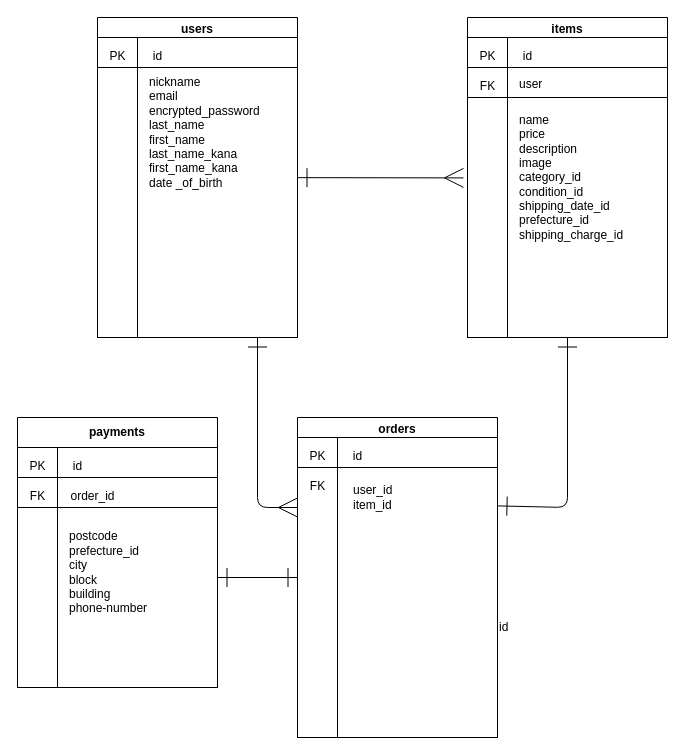
Earlier version of the draw.io diagram ER .dio (coffta/furima-39530). Source tidied: cells renumbered, new cells numbered last; positions are measured from the earlier drawing's top-left corner, leaving out a move shared by most shapes. Both pictures are drawn from the tidied source at 100%, with x=0, y=0 at pixel (17, 17).
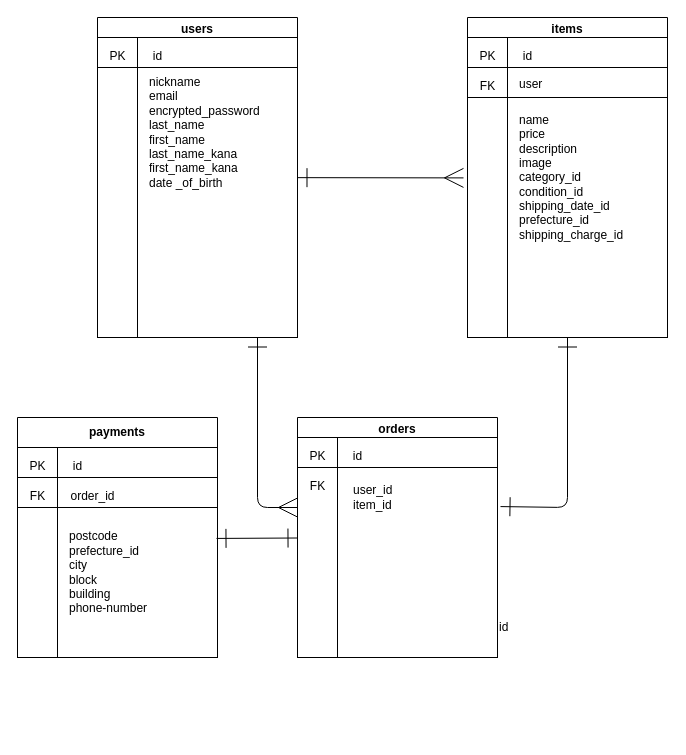
Above is the later version.

Commit message:
ER図形式調整

ER図の見た目を調整

The change refers to these unchanged cells:
```xml
<mxCell id="9" value="items" style="swimlane;whiteSpace=wrap;html=1;" parent="1" vertex="1">
  <mxGeometry x="450" width="200" height="320" as="geometry" />
</mxCell>
```

The edit, as a diff of the source:
```diff
@@
-    <mxCell id="8" style="edgeStyle=none;html=1;strokeWidth=1;fontSize=12;startArrow=ERone;startFill=0;endArrow=ERone;endFill=0;startSize=17;endSize=17;entryX=1;entryY=0.228;entryDx=0;entryDy=0;entryPerimeter=0;" parent="1" edge="1" source="9" target="28">
+    <mxCell id="8" style="edgeStyle=none;html=1;strokeWidth=1;fontSize=12;startArrow=ERone;startFill=0;endArrow=ERone;endFill=0;startSize=17;endSize=17;entryX=1.015;entryY=0.314;entryDx=0;entryDy=0;entryPerimeter=0;" parent="1" edge="1" source="9" target="28">
       <mxGeometry relative="1" as="geometry">
         <Array as="points">
           <mxPoint x="550" y="490" />
         </Array>
       </mxGeometry>
     </mxCell>
@@
     <mxCell id="17" value="payments" style="swimlane;whiteSpace=wrap;html=1;startSize=30;" parent="1" vertex="1">
-      <mxGeometry y="400" width="200" height="270" as="geometry" />
+      <mxGeometry y="400" width="200" height="240" as="geometry" />
     </mxCell>
     <mxCell id="18" style="shape=internalStorage;whiteSpace=wrap;html=1;backgroundOutline=1;dx=40;dy=30;" parent="17" vertex="1">
-      <mxGeometry y="30" width="200" height="240" as="geometry" />
+      <mxGeometry y="30" width="200" height="210" as="geometry" />
     </mxCell>
-    <mxCell id="19" style="endArrow=none;html=1;exitX=0;exitY=0.25;exitDx=0;exitDy=0;entryX=1;entryY=0.25;entryDx=0;entryDy=0;" parent="17" edge="1" source="18" target="18">
-      <mxGeometry relative="1" as="geometry" />
-    </mxCell>
@@
+    <mxCell id="34" style="endArrow=none;html=1;exitX=0;exitY=0.25;exitDx=0;exitDy=0;entryX=1;entryY=0.25;entryDx=0;entryDy=0;" parent="17" edge="1">
+      <mxGeometry relative="1" as="geometry">
+        <mxPoint y="90" as="sourcePoint" />
+        <mxPoint x="200" y="90" as="targetPoint" />
+      </mxGeometry>
+    </mxCell>
@@
-    <mxCell id="26" style="edgeStyle=none;html=1;strokeWidth=1;fontSize=12;startArrow=ERone;startFill=0;endArrow=ERone;endFill=0;startSize=17;endSize=17;" parent="1" edge="1" source="27">
-      <mxGeometry relative="1" as="geometry">
-        <mxPoint x="200" y="560" as="targetPoint" />
-      </mxGeometry>
+    <mxCell id="26" style="edgeStyle=none;html=1;strokeWidth=1;fontSize=12;startArrow=ERone;startFill=0;endArrow=ERone;endFill=0;startSize=17;endSize=17;entryX=0.995;entryY=0.433;entryDx=0;entryDy=0;entryPerimeter=0;" parent="1" edge="1" source="27" target="18">
+      <mxGeometry relative="1" as="geometry" />
     </mxCell>
     <mxCell id="27" value="orders" style="swimlane;whiteSpace=wrap;html=1;" parent="1" vertex="1">
-      <mxGeometry x="280" y="400" width="200" height="320" as="geometry" />
+      <mxGeometry x="280" y="400" width="200" height="240" as="geometry" />
     </mxCell>
     <mxCell id="28" style="shape=internalStorage;whiteSpace=wrap;html=1;backgroundOutline=1;dx=40;dy=30;" parent="27" vertex="1">
-      <mxGeometry y="20" width="200" height="300" as="geometry" />
+      <mxGeometry y="20" width="200" height="220" as="geometry" />
     </mxCell>
```
